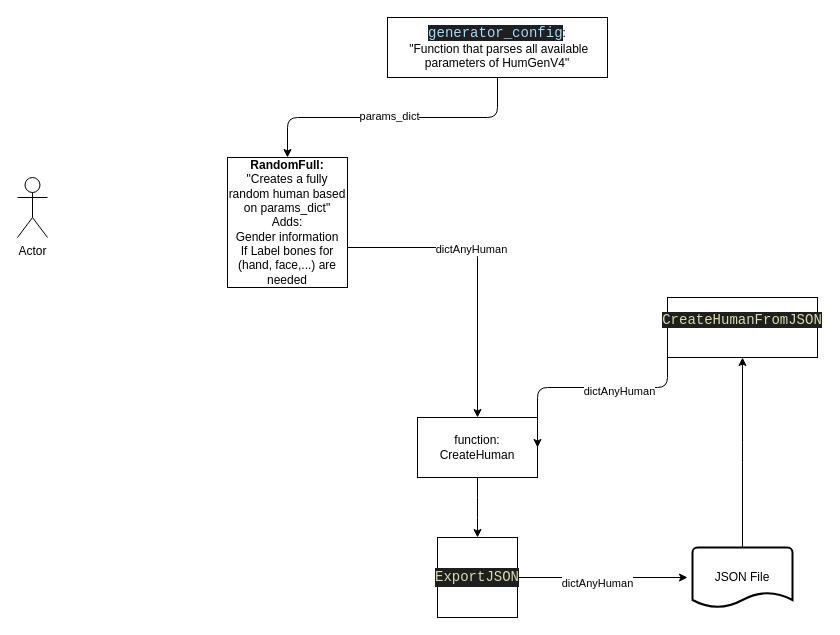
This is docs/source/diagrams/anyhuman2.drawio from boschresearch/image-render-blender-human, a draw.io file, before an edit. Source tidied: cells renumbered, new cells numbered last; positions are measured from the earlier drawing's top-left corner, leaving out a move shared by most shapes. Both pictures are drawn from the tidied source at 100%, with x=0, y=0 at pixel (17, 17).
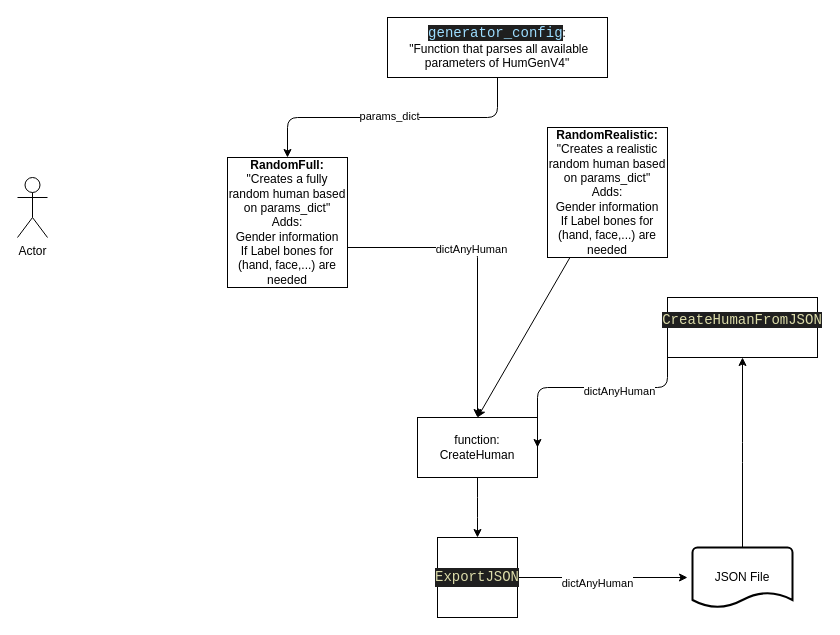
Above is the later version.

Unchanged cells that the change refers to:
```xml
<mxCell id="3" value="function: CreateHuman" style="rounded=0;whiteSpace=wrap;html=1;" parent="1" vertex="1">
  <mxGeometry x="400" y="400" width="120" height="60" as="geometry" />
</mxCell>
```

Change to the diagram source:
```diff
@@
+    <mxCell id="20" style="edgeStyle=none;html=1;entryX=0.5;entryY=0;entryDx=0;entryDy=0;" parent="1" edge="1" source="21" target="3">
+      <mxGeometry relative="1" as="geometry" />
+    </mxCell>
+    <mxCell id="21" value="&lt;b&gt;RandomRealistic:&lt;/b&gt;&lt;br&gt;&quot;Creates a realistic random human based on params_dict&quot;&lt;br&gt;Adds:&lt;br&gt;Gender information&lt;br&gt;If Label bones for (hand, face,...) are needed" style="rounded=0;whiteSpace=wrap;html=1;" parent="1" vertex="1">
+      <mxGeometry x="530" y="110" width="120" height="130" as="geometry" />
+    </mxCell>
```
